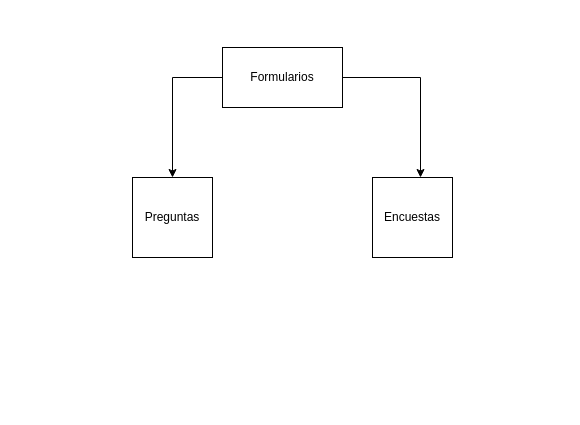
The draw.io diagram Untitled Diagram.drawio in Christian-MSM/drawio, before the edit. Source tidied: cells renumbered, new cells numbered last; positions are measured from the earlier drawing's top-left corner, leaving out a move shared by most shapes. Both pictures are drawn from the tidied source at 100%, with x=0, y=0 at pixel (132, 47).
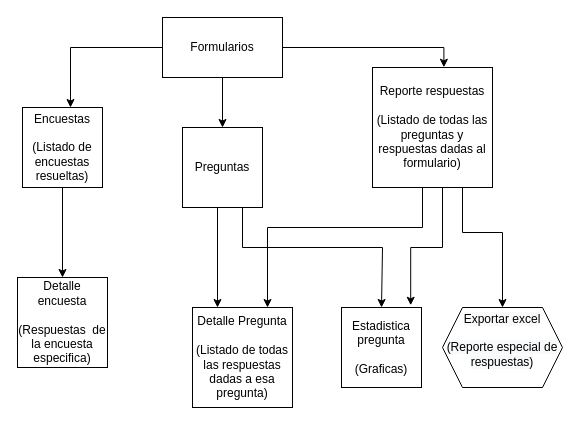
After the change.

The edit, as a diff of the source:
```diff
@@
+    <mxCell id="7" style="edgeStyle=orthogonalEdgeStyle;rounded=0;jettySize=auto;html=1;exitX=0.5;exitY=1;exitDx=0;exitDy=0;entryX=0.25;entryY=0;entryDx=0;entryDy=0;" parent="1" edge="1" source="2" target="11">
+      <mxGeometry relative="1" as="geometry">
+        <Array as="points">
+          <mxPoint x="85" y="160" />
+        </Array>
+      </mxGeometry>
+    </mxCell>
+    <mxCell id="8" style="edgeStyle=orthogonalEdgeStyle;rounded=0;jettySize=auto;html=1;exitX=0.75;exitY=1;exitDx=0;exitDy=0;entryX=0.5;entryY=0;entryDx=0;entryDy=0;" parent="1" edge="1" source="2" target="12">
+      <mxGeometry relative="1" as="geometry">
+        <Array as="points">
+          <mxPoint x="110" y="200" />
+          <mxPoint x="250" y="200" />
+        </Array>
+      </mxGeometry>
+    </mxCell>
     <mxCell id="2" value="Preguntas" style="whiteSpace=wrap;html=1;" parent="1" vertex="1">
-      <mxGeometry y="130" width="80" height="80" as="geometry" />
+      <mxGeometry x="50" y="80" width="80" height="80" as="geometry" />
     </mxCell>
@@
+    <mxCell id="9" style="edgeStyle=orthogonalEdgeStyle;rounded=0;jettySize=auto;html=1;entryX=0.595;entryY=-0.002;entryDx=0;entryDy=0;entryPerimeter=0;" parent="1" edge="1" source="5" target="17">
+      <mxGeometry relative="1" as="geometry" />
+    </mxCell>
     <mxCell id="5" value="Formularios" style="rounded=0;whiteSpace=wrap;html=1;" parent="1" vertex="1">
-      <mxGeometry x="90" width="120" height="60" as="geometry" />
+      <mxGeometry x="30" y="-30" width="120" height="60" as="geometry" />
     </mxCell>
+    <mxCell id="10" style="edgeStyle=orthogonalEdgeStyle;rounded=0;jettySize=auto;html=1;entryX=0.5;entryY=0;entryDx=0;entryDy=0;" parent="1" edge="1" source="6" target="13">
+      <mxGeometry relative="1" as="geometry" />
+    </mxCell>
-    <mxCell id="6" value="Encuestas" style="whiteSpace=wrap;html=1;" parent="1" vertex="1">
-      <mxGeometry x="240" y="130" width="80" height="80" as="geometry" />
+    <mxCell id="6" value="Encuestas&lt;br&gt;&lt;br&gt;(Listado de encuestas resueltas)" style="whiteSpace=wrap;html=1;" parent="1" vertex="1">
+      <mxGeometry x="-110" y="60" width="80" height="80" as="geometry" />
     </mxCell>
+    <mxCell id="11" value="Detalle Pregunta&lt;br&gt;&lt;br&gt;(Listado de todas las respuestas dadas a esa pregunta)" style="whiteSpace=wrap;html=1;" parent="1" vertex="1">
+      <mxGeometry x="60" y="260" width="100" height="100" as="geometry" />
+    </mxCell>
+    <mxCell id="12" value="Estadistica pregunta&lt;br&gt;&lt;br&gt;(Graficas)&lt;br&gt;" style="whiteSpace=wrap;html=1;" parent="1" vertex="1">
+      <mxGeometry x="209" y="260" width="80" height="80" as="geometry" />
+    </mxCell>
+    <mxCell id="13" value="Detalle encuesta&lt;br&gt;&lt;br&gt;(Respuestas&amp;nbsp; de la encuesta especifica)" style="whiteSpace=wrap;html=1;" parent="1" vertex="1">
+      <mxGeometry x="-115" y="230" width="90" height="90" as="geometry" />
+    </mxCell>
+    <mxCell id="14" style="edgeStyle=orthogonalEdgeStyle;rounded=0;jettySize=auto;html=1;entryX=0.75;entryY=0;entryDx=0;entryDy=0;" parent="1" edge="1" source="17" target="11">
+      <mxGeometry relative="1" as="geometry">
+        <Array as="points">
+          <mxPoint x="290" y="180" />
+          <mxPoint x="135" y="180" />
+        </Array>
+      </mxGeometry>
+    </mxCell>
+    <mxCell id="15" style="edgeStyle=orthogonalEdgeStyle;rounded=0;jettySize=auto;html=1;entryX=0.865;entryY=-0.028;entryDx=0;entryDy=0;entryPerimeter=0;" parent="1" edge="1" source="17" target="12">
+      <mxGeometry relative="1" as="geometry">
+        <Array as="points">
+          <mxPoint x="310" y="200" />
+          <mxPoint x="279" y="200" />
+        </Array>
+      </mxGeometry>
+    </mxCell>
+    <mxCell id="16" style="edgeStyle=orthogonalEdgeStyle;rounded=0;jettySize=auto;html=1;entryX=0.5;entryY=0;entryDx=0;entryDy=0;" parent="1" edge="1" source="17">
+      <mxGeometry relative="1" as="geometry">
+        <mxPoint x="370" y="260" as="targetPoint" />
+        <Array as="points">
+          <mxPoint x="330" y="185" />
+          <mxPoint x="370" y="185" />
+        </Array>
+      </mxGeometry>
+    </mxCell>
+    <mxCell id="17" value="Reporte respuestas&lt;br&gt;&lt;br&gt;(Listado de todas las preguntas y respuestas dadas al formulario)" style="whiteSpace=wrap;html=1;" parent="1" vertex="1">
+      <mxGeometry x="240" y="20" width="120" height="120" as="geometry" />
+    </mxCell>
+    <mxCell id="18" value="&#10;&lt;span style=&quot;color: rgb(0, 0, 0); font-family: Helvetica; font-size: 12px; font-style: normal; font-variant-ligatures: normal; font-variant-caps: normal; font-weight: 400; letter-spacing: normal; orphans: 2; text-align: center; text-indent: 0px; text-transform: none; widows: 2; word-spacing: 0px; -webkit-text-stroke-width: 0px; background-color: rgb(248, 249, 250); text-decoration-thickness: initial; text-decoration-style: initial; text-decoration-color: initial; float: none; display: inline !important;&quot;&gt;Exportar excel&lt;/span&gt;&lt;br style=&quot;color: rgb(0, 0, 0); font-family: Helvetica; font-size: 12px; font-style: normal; font-variant-ligatures: normal; font-variant-caps: normal; font-weight: 400; letter-spacing: normal; orphans: 2; text-align: center; text-indent: 0px; text-transform: none; widows: 2; word-spacing: 0px; -webkit-text-stroke-width: 0px; background-color: rgb(248, 249, 250); text-decoration-thickness: initial; text-decoration-style: initial; text-decoration-color: initial;&quot;&gt;&lt;br style=&quot;color: rgb(0, 0, 0); font-family: Helvetica; font-size: 12px; font-style: normal; font-variant-ligatures: normal; font-variant-caps: normal; font-weight: 400; letter-spacing: normal; orphans: 2; text-align: center; text-indent: 0px; text-transform: none; widows: 2; word-spacing: 0px; -webkit-text-stroke-width: 0px; background-color: rgb(248, 249, 250); text-decoration-thickness: initial; text-decoration-style: initial; text-decoration-color: initial;&quot;&gt;&lt;span style=&quot;color: rgb(0, 0, 0); font-family: Helvetica; font-size: 12px; font-style: normal; font-variant-ligatures: normal; font-variant-caps: normal; font-weight: 400; letter-spacing: normal; orphans: 2; text-align: center; text-indent: 0px; text-transform: none; widows: 2; word-spacing: 0px; -webkit-text-stroke-width: 0px; background-color: rgb(248, 249, 250); text-decoration-thickness: initial; text-decoration-style: initial; text-decoration-color: initial; float: none; display: inline !important;&quot;&gt;(Reporte especial de respuestas)&lt;/span&gt;&#10;&#10;" style="shape=hexagon;perimeter=hexagonPerimeter2;whiteSpace=wrap;html=1;fixedSize=1;" parent="1" vertex="1">
+      <mxGeometry x="310" y="260" width="120" height="80" as="geometry" />
+    </mxCell>
```
